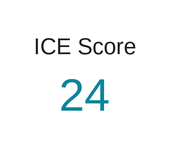
iphong/pf-docs keeps this Excalidraw diagram as .gitbook/assets/file.excalidraw (3).svg. Above is the earlier version. Source tidied: one line per element, renumbered; positions are measured from the earlier drawing's top-left corner, leaving out a move shared by most shapes. The source it was exported from:
```json
{"id": 0, "type": "text", "text": "ICE Score", "strokeColor": "#1e1e1e", "strokeWidth": 2, "roughness": 1, "fontSize": 20, "fontFamily": 1, "x": 0, "y": 0, "width": 100, "height": 25}
{"id": 1, "type": "text", "text": "24", "strokeColor": "#0c8599", "strokeWidth": 2, "roughness": 1, "fontSize": 40.71, "fontFamily": 1, "x": 22, "y": 32, "width": 55, "height": 51}
```
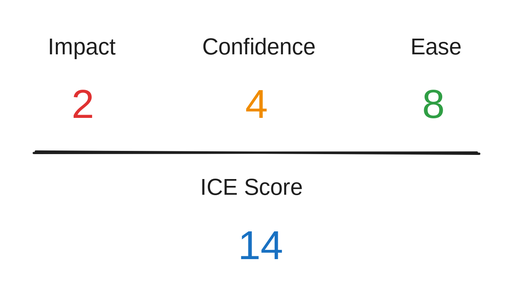
After the change.

What changed in the source:
```diff
@@ -1,2 +1,9 @@
+{"id": 2, "type": "line", "strokeColor": "#1e1e1e", "strokeWidth": 2, "roughness": 1, "round": true, "x": -147, "y": -18, "width": 394, "height": 0, "points": [[0, 0], [394, 0]]}
+{"id": 3, "type": "text", "text": "Impact", "strokeColor": "#1e1e1e", "strokeWidth": 2, "roughness": 1, "fontSize": 20, "fontFamily": 1, "x": -135, "y": -124, "width": 68, "height": 25}
+{"id": 4, "type": "text", "text": "Confidence", "strokeColor": "#1e1e1e", "strokeWidth": 2, "roughness": 1, "fontSize": 20, "fontFamily": 1, "x": 2, "y": -124, "width": 100, "height": 25}
+{"id": 5, "type": "text", "text": "Ease", "strokeColor": "#1e1e1e", "strokeWidth": 2, "roughness": 1, "fontSize": 20, "fontFamily": 1, "x": 187, "y": -124, "width": 49, "height": 25}
+{"id": 6, "type": "text", "text": "2", "strokeColor": "#e03131", "strokeWidth": 2, "roughness": 1, "fontSize": 36, "fontFamily": 1, "x": -114, "y": -82, "width": 26, "height": 45}
+{"id": 7, "type": "text", "text": "4", "strokeColor": "#f08c00", "strokeWidth": 2, "roughness": 1, "fontSize": 36, "fontFamily": 1, "x": 40, "y": -82, "width": 23, "height": 45}
+{"id": 8, "type": "text", "text": "8", "strokeColor": "#2f9e44", "strokeWidth": 2, "roughness": 1, "fontSize": 36, "fontFamily": 1, "x": 197, "y": -82, "width": 28, "height": 45}
 {"id": 0, "type": "text", "text": "ICE Score", "strokeColor": "#1e1e1e", "strokeWidth": 2, "roughness": 1, "fontSize": 20, "fontFamily": 1, "x": 0, "y": 0, "width": 100, "height": 25}
-{"id": 1, "type": "text", "text": "24", "strokeColor": "#0c8599", "strokeWidth": 2, "roughness": 1, "fontSize": 40.71, "fontFamily": 1, "x": 22, "y": 32, "width": 55, "height": 51}
+{"id": 9, "type": "text", "text": "14", "strokeColor": "#1971c2", "strokeWidth": 2, "roughness": 1, "fontSize": 36, "fontFamily": 1, "x": 34, "y": 43, "width": 33, "height": 45}
```
